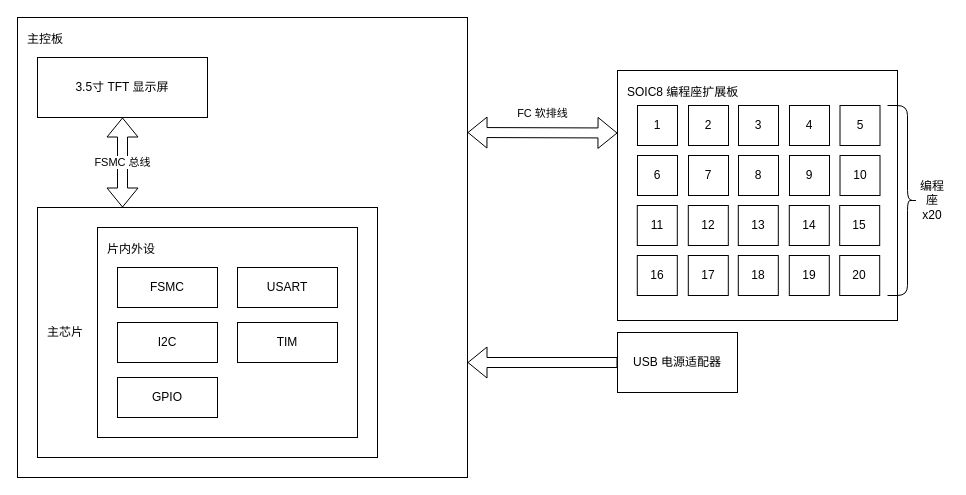
Before: EEPROM_批量编程装置/EEPROM_批量编程装置 的副本.drawio in SummerFalls/DrawIO, a draw.io diagram. Source tidied: cells renumbered, new cells numbered last; positions are measured from the earlier drawing's top-left corner, leaving out a move shared by most shapes. Both pictures are drawn from the tidied source at 100%, with x=0, y=0 at pixel (17, 17).
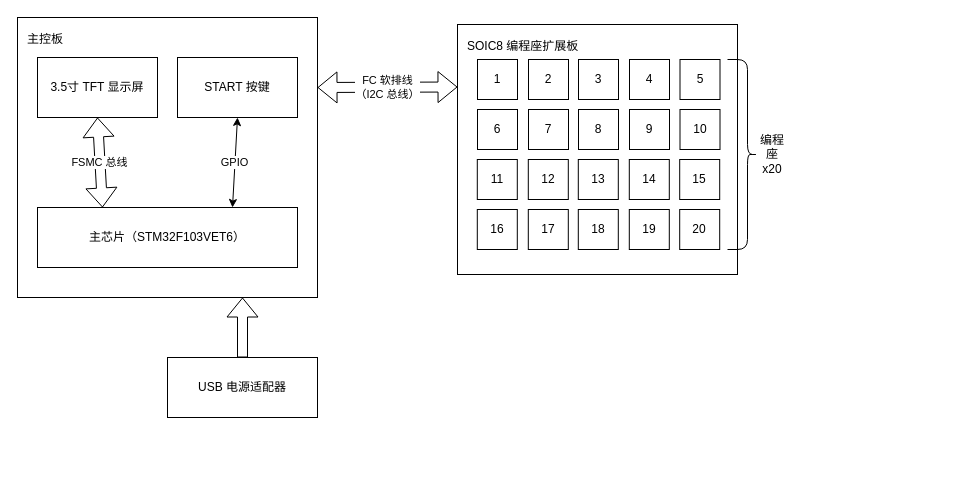
The same diagram, later.

Commit message (it also covers changes not shown here):
更新EEPROM_批量编程装置 的副本.drawio

The change refers to these unchanged cells:
```xml
<mxCell id="14" value="SOIC8 编程座扩展板" style="rounded=0;whiteSpace=wrap;html=1;labelBackgroundColor=#ffffff;align=left;verticalAlign=top;spacing=10;" parent="13" vertex="1">
  <mxGeometry y="5" width="280" height="250" as="geometry" />
</mxCell>
```

Change to the diagram source:
```diff
@@
     <mxCell id="2" value="&lt;span&gt;主控板&lt;/span&gt;" style="rounded=0;whiteSpace=wrap;html=1;align=left;verticalAlign=top;spacing=10;" parent="1" vertex="1">
-      <mxGeometry width="450" height="460" as="geometry" />
+      <mxGeometry width="300" height="280" as="geometry" />
     </mxCell>
     <mxCell id="3" value="&lt;span&gt;3.5寸 TFT 显示屏&lt;/span&gt;" style="rounded=0;whiteSpace=wrap;html=1;verticalAlign=middle;" parent="1" vertex="1">
-      <mxGeometry x="20" y="40" width="170" height="60" as="geometry" />
+      <mxGeometry x="20" y="40" width="120" height="60" as="geometry" />
     </mxCell>
-    <mxCell id="4" value="主芯片" style="rounded=0;whiteSpace=wrap;html=1;align=left;verticalAlign=middle;spacing=10;" parent="1" vertex="1">
-      <mxGeometry x="20" y="190" width="340" height="250" as="geometry" />
+    <mxCell id="4" value="主芯片（STM32F103VET6）" style="rounded=0;whiteSpace=wrap;html=1;align=center;verticalAlign=middle;spacing=10;" parent="1" vertex="1">
+      <mxGeometry x="20" y="190" width="260" height="60" as="geometry" />
     </mxCell>
-    <mxCell id="5" value="片内外设" style="rounded=0;whiteSpace=wrap;html=1;align=left;verticalAlign=top;spacing=10;" parent="1" vertex="1">
-      <mxGeometry x="80" y="210" width="260" height="210" as="geometry" />
-    </mxCell>
-    <mxCell id="6" value="FSMC" style="rounded=0;whiteSpace=wrap;html=1;align=center;verticalAlign=middle;" parent="1" vertex="1">
-      <mxGeometry x="100" y="250" width="100" height="40" as="geometry" />
-    </mxCell>
-    <mxCell id="7" value="USART" style="rounded=0;whiteSpace=wrap;html=1;align=center;verticalAlign=middle;" parent="1" vertex="1">
-      <mxGeometry x="220" y="250" width="100" height="40" as="geometry" />
-    </mxCell>
-    <mxCell id="8" value="I2C" style="rounded=0;whiteSpace=wrap;html=1;align=center;verticalAlign=middle;" parent="1" vertex="1">
-      <mxGeometry x="100" y="305" width="100" height="40" as="geometry" />
-    </mxCell>
-    <mxCell id="9" value="TIM" style="rounded=0;whiteSpace=wrap;html=1;align=center;verticalAlign=middle;" parent="1" vertex="1">
-      <mxGeometry x="220" y="305" width="100" height="40" as="geometry" />
-    </mxCell>
-    <mxCell id="10" value="GPIO" style="rounded=0;whiteSpace=wrap;html=1;align=center;verticalAlign=middle;" parent="1" vertex="1">
-      <mxGeometry x="100" y="360" width="100" height="40" as="geometry" />
-    </mxCell>
-    <mxCell id="11" value="FC 软排线" style="shape=flexArrow;endArrow=classic;startArrow=classic;html=1;rounded=1;entryX=0;entryY=0.25;entryDx=0;entryDy=0;" parent="1" edge="1" target="14">
-      <mxGeometry y="20" relative="1" as="geometry">
-        <mxPoint x="450" y="115" as="sourcePoint" />
-        <mxPoint y="1" as="offset" />
-      </mxGeometry>
+    <mxCell id="11" value="FC 软排线&lt;br&gt;（I2C 总线）" style="shape=flexArrow;endArrow=classic;startArrow=classic;html=1;rounded=1;entryX=0;entryY=0.25;entryDx=0;entryDy=0;exitX=1;exitY=0.25;exitDx=0;exitDy=0;" parent="1" edge="1" source="2" target="14">
+      <mxGeometry relative="1" as="geometry" />
     </mxCell>
@@
     <mxCell id="13" style="group;" parent="1" vertex="1">
-      <mxGeometry x="600" y="48" width="300" height="250" as="geometry" />
+      <mxGeometry x="440" y="2" width="300" height="250" as="geometry" />
     </mxCell>
@@
     <mxCell id="36" value="USB 电源适配器" style="rounded=0;whiteSpace=wrap;html=1;labelBackgroundColor=#ffffff;align=center;verticalAlign=middle;" parent="1" vertex="1">
-      <mxGeometry x="600" y="315" width="120" height="60" as="geometry" />
+      <mxGeometry x="150" y="340" width="150" height="60" as="geometry" />
     </mxCell>
-    <mxCell id="37" style="shape=flexArrow;endArrow=classic;html=1;exitX=0;exitY=0.5;exitDx=0;exitDy=0;entryX=1;entryY=0.75;entryDx=0;entryDy=0;" parent="1" edge="1" source="36" target="2">
+    <mxCell id="37" style="shape=flexArrow;endArrow=classic;html=1;exitX=0.5;exitY=0;exitDx=0;exitDy=0;entryX=0.75;entryY=1;entryDx=0;entryDy=0;" parent="1" edge="1" source="36" target="2">
       <mxGeometry relative="1" as="geometry" />
     </mxCell>
+    <mxCell id="38" value="START 按键" style="rounded=0;whiteSpace=wrap;html=1;labelBackgroundColor=#ffffff;align=center;verticalAlign=middle;" parent="1" vertex="1">
+      <mxGeometry x="160" y="40" width="120" height="60" as="geometry" />
+    </mxCell>
+    <mxCell id="10" value="GPIO" style="endArrow=classic;startArrow=classic;html=1;entryX=0.5;entryY=1;entryDx=0;entryDy=0;exitX=0.75;exitY=0;exitDx=0;exitDy=0;" parent="1" edge="1" source="4" target="38">
+      <mxGeometry relative="1" as="geometry" />
+    </mxCell>
```
